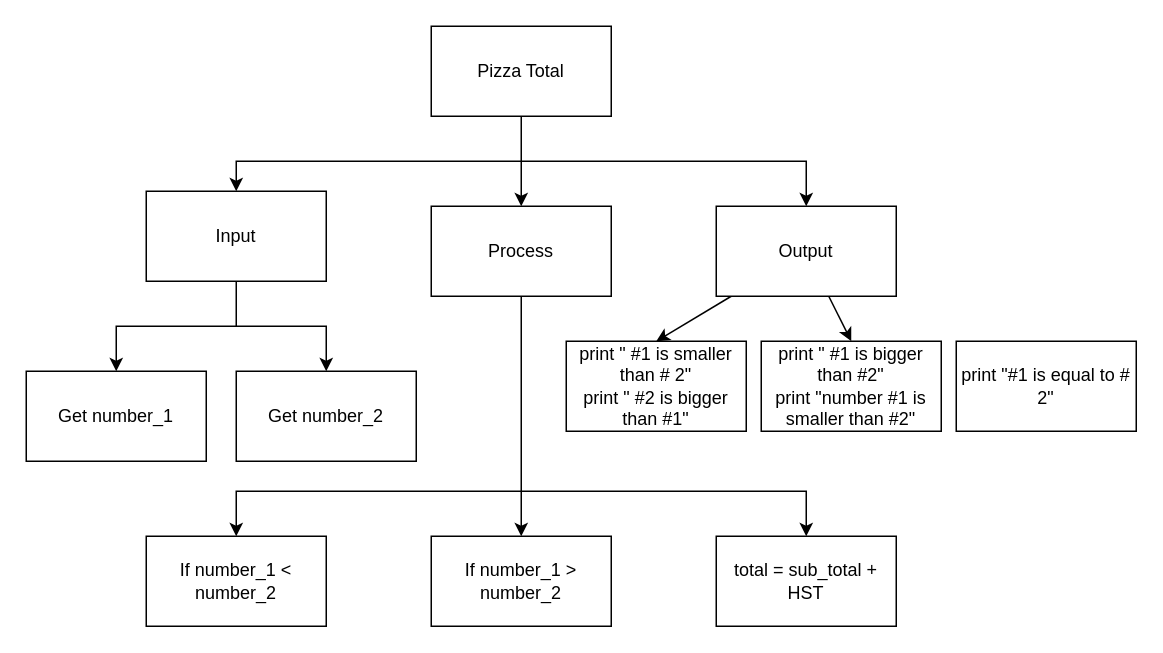
Above: Draw.io/topdown.drawio in Peter-Gemmell/ICS3U-Assignment-3-Python (draw.io), before the change. Source tidied: cells renumbered, new cells numbered last; positions are measured from the earlier drawing's top-left corner, leaving out a move shared by most shapes. Both pictures are drawn from the tidied source at 150%, with x=0, y=0 at pixel (26, 26).
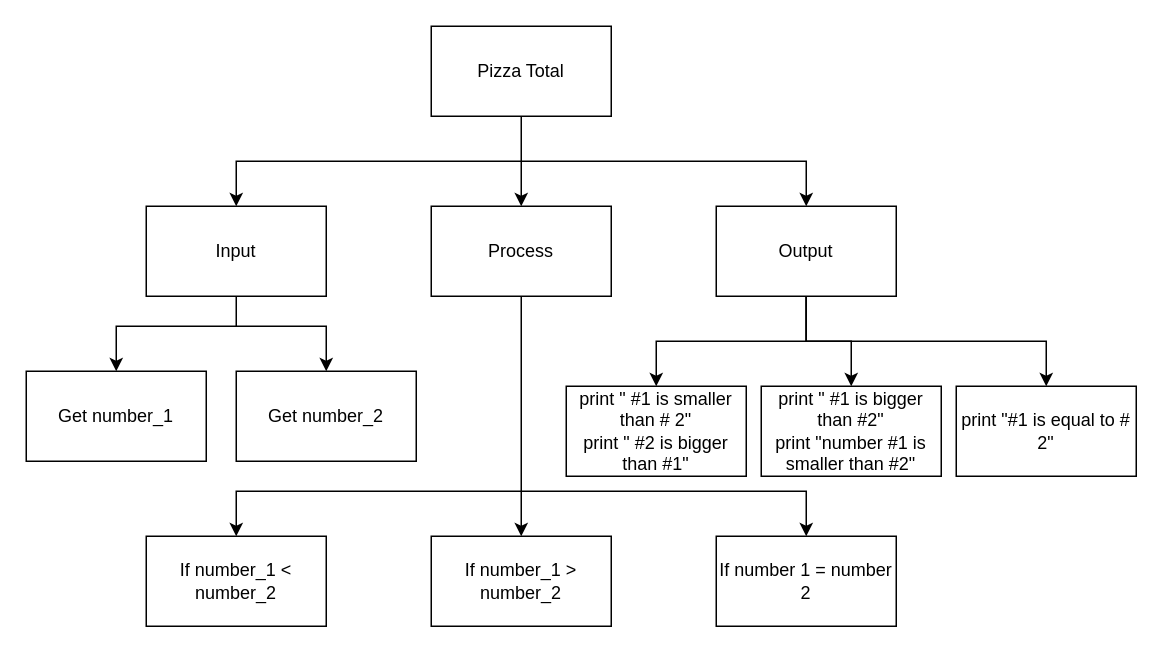
Above is the later version.

Unchanged cells that the change refers to:
```xml
<mxCell id="15" value="Output" style="rounded=0;whiteSpace=wrap;html=1;" parent="1" vertex="1">
  <mxGeometry x="460" y="120" width="120" height="60" as="geometry" />
</mxCell>
```

What changed in the source:
```diff
@@
     <mxCell id="8" value="Input" style="rounded=0;whiteSpace=wrap;html=1;" parent="1" vertex="1">
-      <mxGeometry x="80" y="110" width="120" height="60" as="geometry" />
+      <mxGeometry x="80" y="120" width="120" height="60" as="geometry" />
     </mxCell>
@@
     <mxCell id="13" style="edgeStyle=none;rounded=0;html=1;entryX=0.5;entryY=0;entryDx=0;entryDy=0;" parent="1" edge="1" source="15" target="17">
-      <mxGeometry relative="1" as="geometry" />
+      <mxGeometry relative="1" as="geometry">
+        <Array as="points">
+          <mxPoint x="520" y="210" />
+          <mxPoint x="420" y="210" />
+        </Array>
+      </mxGeometry>
     </mxCell>
     <mxCell id="14" style="edgeStyle=none;rounded=0;html=1;entryX=0.5;entryY=0;entryDx=0;entryDy=0;endArrow=classic;endFill=1;" parent="1" edge="1" source="15" target="22">
-      <mxGeometry relative="1" as="geometry" />
+      <mxGeometry relative="1" as="geometry">
+        <Array as="points">
+          <mxPoint x="520" y="210" />
+          <mxPoint x="550" y="210" />
+        </Array>
+      </mxGeometry>
     </mxCell>
+    <mxCell id="24" style="edgeStyle=none;html=1;entryX=0.5;entryY=0;entryDx=0;entryDy=0;rounded=0;" parent="1" edge="1" target="23">
+      <mxGeometry relative="1" as="geometry">
+        <mxPoint x="520" y="177" as="sourcePoint" />
+        <Array as="points">
+          <mxPoint x="520" y="210" />
+          <mxPoint x="680" y="210" />
+        </Array>
+      </mxGeometry>
+    </mxCell>
@@
     <mxCell id="17" value="print &quot; #1 is smaller than # 2&quot;&lt;br&gt;print &quot; #2 is bigger than #1&quot;" style="rounded=0;whiteSpace=wrap;html=1;" parent="1" vertex="1">
-      <mxGeometry x="360" y="210" width="120" height="60" as="geometry" />
+      <mxGeometry x="360" y="240" width="120" height="60" as="geometry" />
     </mxCell>
@@
-    <mxCell id="20" value="total = sub_total + HST" style="rounded=0;whiteSpace=wrap;html=1;" parent="1" vertex="1">
+    <mxCell id="20" value="If number 1 = number 2" style="rounded=0;whiteSpace=wrap;html=1;" parent="1" vertex="1">
       <mxGeometry x="460" y="340" width="120" height="60" as="geometry" />
     </mxCell>
@@
     <mxCell id="22" value="print &quot; #1 is bigger than #2&quot;&lt;br&gt;print &quot;number #1 is smaller than #2&quot;" style="rounded=0;whiteSpace=wrap;html=1;" parent="1" vertex="1">
-      <mxGeometry x="490" y="210" width="120" height="60" as="geometry" />
+      <mxGeometry x="490" y="240" width="120" height="60" as="geometry" />
     </mxCell>
     <mxCell id="23" value="print &quot;#1 is equal to # 2&quot;" style="rounded=0;whiteSpace=wrap;html=1;" parent="1" vertex="1">
-      <mxGeometry x="620" y="210" width="120" height="60" as="geometry" />
+      <mxGeometry x="620" y="240" width="120" height="60" as="geometry" />
     </mxCell>
```
